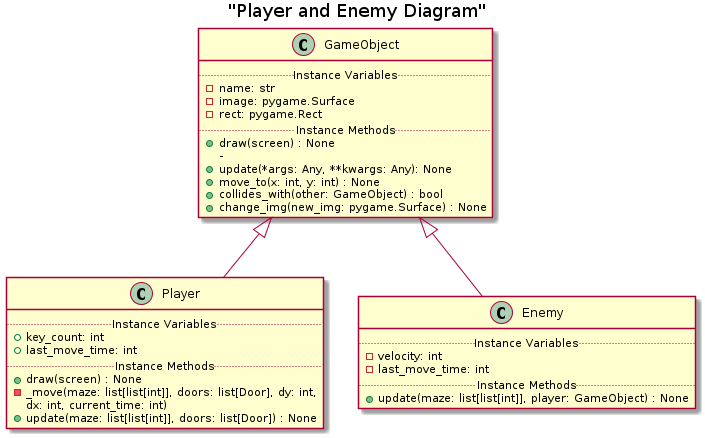
Earlier version of the PlantUML export Puzzle_Maze/uml/GameObjects/player_and_enemy.png (kmerickson/OOP-PuzzleMaze).
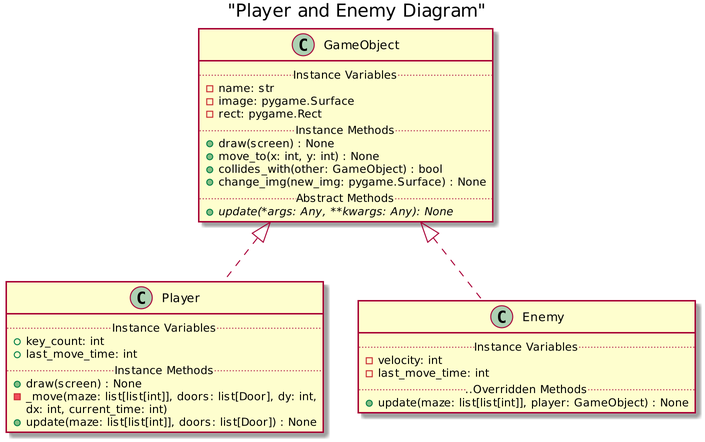
The same file after the commit.

The edit, as a diff of the source:
```diff
@@ -1,6 +1,6 @@
 @startuml
 title "Player and Enemy Diagram"
-
+scale 2
 class GameObject {
     ..Instance Variables..
     - name: str
@@ -8,14 +8,14 @@
     - rect: pygame.Rect
     ..Instance Methods..
     + draw(screen) : None
-    -
-    + update(*args: Any, **kwargs: Any): None
     + move_to(x: int, y: int) : None
     + collides_with(other: GameObject) : bool
     + change_img(new_img: pygame.Surface) : None
+    ..Abstract Methods..
+    {abstract}+ update(*args: Any, **kwargs: Any): None
 }
 
-class Player {
+class Player implements GameObject{
     ..Instance Variables..
     + key_count: int
     + last_move_time: int
@@ -26,15 +26,11 @@
     + update(maze: list[list[int]], doors: list[Door]) : None
 }
 
-class Enemy {
+class Enemy implements GameObject{
     ..Instance Variables..
     - velocity: int
     - last_move_time: int
-    ..Instance Methods..
+    ....Overridden Methods..
     + update(maze: list[list[int]], player: GameObject) : None
 }
-
-GameObject <|-- Player
-GameObject <|-- Enemy
-
 @enduml
```
